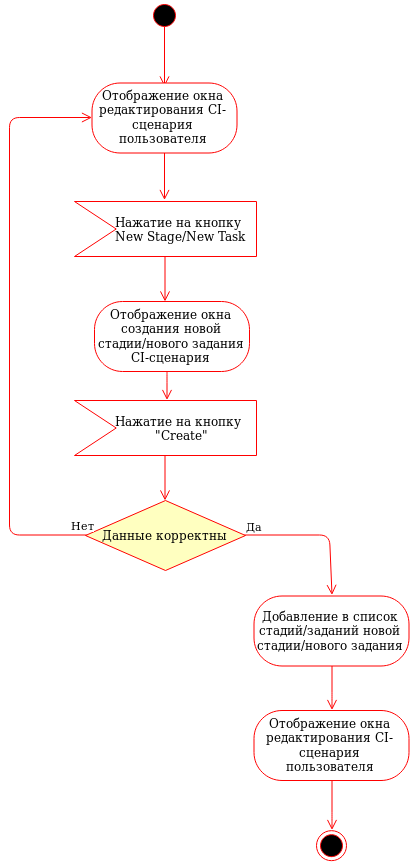
The draw.io diagram Diagrams/Activity/Create_stage_task.png in Andrew304/Visual-CI-Manager, before a commit. Source tidied: cells renumbered, new cells last; positions are measured from the earlier drawing's top-left corner, leaving out a move shared by most shapes. The source it was exported from:
```xml
<mxGraphModel>
  <root>
    <mxCell id="0" />
    <mxCell id="1" parent="0" />
    <mxCell id="2" style="ellipse;html=1;shape=endState;fillColor=#000000;strokeColor=#ff0000;" parent="1" vertex="1">
      <mxGeometry x="307" y="830.2" width="30" height="30" as="geometry" />
    </mxCell>
    <mxCell id="3" style="ellipse;html=1;shape=startState;fillColor=#000000;strokeColor=#ff0000;" parent="1" vertex="1">
      <mxGeometry x="140" width="30" height="30" as="geometry" />
    </mxCell>
    <mxCell id="4" style="edgeStyle=orthogonalEdgeStyle;html=1;verticalAlign=bottom;endArrow=open;endSize=8;strokeColor=#ff0000;" parent="1" edge="1">
      <mxGeometry relative="1" as="geometry">
        <mxPoint x="155" y="26" as="sourcePoint" />
        <mxPoint x="155" y="86" as="targetPoint" />
      </mxGeometry>
    </mxCell>
    <mxCell id="5" style="edgeStyle=orthogonalEdgeStyle;html=1;verticalAlign=bottom;endArrow=open;endSize=8;strokeColor=#ff0000;" parent="1" edge="1">
      <mxGeometry relative="1" as="geometry">
        <mxPoint x="157.5" y="370.5" as="sourcePoint" />
        <mxPoint x="158" y="400" as="targetPoint" />
        <Array as="points">
          <mxPoint x="158" y="371" />
        </Array>
      </mxGeometry>
    </mxCell>
    <mxCell id="6" style="edgeStyle=orthogonalEdgeStyle;html=1;verticalAlign=bottom;endArrow=open;endSize=8;strokeColor=#ff0000;" parent="1" edge="1">
      <mxGeometry relative="1" as="geometry">
        <mxPoint x="155.5" y="251" as="sourcePoint" />
        <mxPoint x="155.5" y="301" as="targetPoint" />
      </mxGeometry>
    </mxCell>
    <mxCell id="7" style="html=1;shadow=0;dashed=0;align=center;verticalAlign=middle;shape=mxgraph.arrows2.arrow;dy=0;dx=0;notch=41.71;fillColor=#FFFFFF;strokeColor=#FF0000;" parent="1" vertex="1">
      <mxGeometry x="65" y="201" width="182" height="55" as="geometry" />
    </mxCell>
    <mxCell id="8" value="&lt;div&gt;Нажатие на кнопку &lt;br&gt;&lt;/div&gt;&lt;div&gt;New Stage/New Task&lt;/div&gt;" style="text;html=1;align=left;verticalAlign=top;spacingTop=-4;" parent="1" vertex="1">
      <mxGeometry x="103.5" y="211.5" width="150" height="30" as="geometry" />
    </mxCell>
    <mxCell id="9" value="Отображение окна создания новой стадии/нового задания CI-сценария" style="rounded=1;whiteSpace=wrap;html=1;arcSize=40;fontColor=#000000;fillColor=#FFFFFF;strokeColor=#ff0000;" parent="1" vertex="1">
      <mxGeometry x="85" y="301" width="155" height="70" as="geometry" />
    </mxCell>
    <mxCell id="10" style="edgeStyle=orthogonalEdgeStyle;html=1;verticalAlign=bottom;endArrow=open;endSize=8;strokeColor=#ff0000;" parent="1" edge="1">
      <mxGeometry relative="1" as="geometry">
        <mxPoint x="155.6" y="152.4" as="sourcePoint" />
        <mxPoint x="155.5" y="200.5" as="targetPoint" />
        <Array as="points">
          <mxPoint x="155.5" y="200.5" />
        </Array>
      </mxGeometry>
    </mxCell>
    <mxCell id="11" value="Отображение окна редактирования CI-сценария пользователя" style="rounded=1;whiteSpace=wrap;html=1;arcSize=40;fontColor=#000000;fillColor=#FFFFFF;strokeColor=#ff0000;" parent="1" vertex="1">
      <mxGeometry x="82.5" y="82.5" width="145" height="70" as="geometry" />
    </mxCell>
    <mxCell id="12" style="edgeStyle=orthogonalEdgeStyle;html=1;verticalAlign=bottom;endArrow=open;endSize=8;strokeColor=#ff0000;" parent="1" edge="1">
      <mxGeometry relative="1" as="geometry">
        <mxPoint x="155.5" y="450" as="sourcePoint" />
        <mxPoint x="155.5" y="500" as="targetPoint" />
      </mxGeometry>
    </mxCell>
    <mxCell id="13" style="html=1;shadow=0;dashed=0;align=center;verticalAlign=middle;shape=mxgraph.arrows2.arrow;dy=0;dx=0;notch=41.71;fillColor=#FFFFFF;strokeColor=#FF0000;" parent="1" vertex="1">
      <mxGeometry x="65" y="400" width="182" height="55" as="geometry" />
    </mxCell>
    <mxCell id="14" value="&lt;div&gt;Нажатие на кнопку &lt;br&gt;&lt;/div&gt;&lt;div&gt;&amp;nbsp;&amp;nbsp;&amp;nbsp;&amp;nbsp;&amp;nbsp;&amp;nbsp;&amp;nbsp;&amp;nbsp;&amp;nbsp; &quot;Create&quot;&lt;br&gt;&lt;/div&gt;" style="text;html=1;align=left;verticalAlign=top;spacingTop=-4;" parent="1" vertex="1">
      <mxGeometry x="103.5" y="410.5" width="140" height="30" as="geometry" />
    </mxCell>
    <mxCell id="15" value="Данные корректны" style="rhombus;whiteSpace=wrap;html=1;fillColor=#ffffc0;strokeColor=#ff0000;" parent="1" vertex="1">
      <mxGeometry x="76" y="500" width="160" height="70" as="geometry" />
    </mxCell>
    <mxCell id="16" value="Да" style="edgeStyle=orthogonalEdgeStyle;html=1;align=left;verticalAlign=bottom;endArrow=open;endSize=8;strokeColor=#ff0000;entryX=0.5;entryY=0;entryDx=0;entryDy=0;" parent="1" edge="1" source="15" target="19">
      <mxGeometry x="-1" relative="1" as="geometry">
        <Array as="points">
          <mxPoint x="321" y="535" />
        </Array>
      </mxGeometry>
    </mxCell>
    <mxCell id="17" value="Нет" style="edgeStyle=orthogonalEdgeStyle;html=1;align=left;verticalAlign=top;endArrow=open;endSize=8;strokeColor=#ff0000;entryX=0;entryY=0.5;entryDx=0;entryDy=0;" parent="1" edge="1" source="15" target="11">
      <mxGeometry x="-0.65" y="-60" relative="1" as="geometry">
        <Array as="points">
          <mxPoint y="535" />
          <mxPoint y="118" />
        </Array>
      </mxGeometry>
    </mxCell>
    <mxCell id="18" style="edgeStyle=orthogonalEdgeStyle;html=1;verticalAlign=bottom;endArrow=open;endSize=8;strokeColor=#ff0000;exitX=0.5;exitY=1;exitDx=0;exitDy=0;" parent="1" edge="1" source="19">
      <mxGeometry relative="1" as="geometry">
        <mxPoint x="322" y="710" as="targetPoint" />
        <Array as="points">
          <mxPoint x="322" y="700" />
        </Array>
      </mxGeometry>
    </mxCell>
    <mxCell id="19" value="Добавление в список стадий/заданий новой стадии/нового задания" style="rounded=1;whiteSpace=wrap;html=1;arcSize=40;fontColor=#000000;fillColor=#FFFFFF;strokeColor=#ff0000;" parent="1" vertex="1">
      <mxGeometry x="244.5" y="595.5" width="155" height="70" as="geometry" />
    </mxCell>
    <mxCell id="20" style="edgeStyle=orthogonalEdgeStyle;html=1;verticalAlign=bottom;endArrow=open;endSize=8;strokeColor=#ff0000;" parent="1" edge="1">
      <mxGeometry relative="1" as="geometry">
        <mxPoint x="322" y="780" as="sourcePoint" />
        <mxPoint x="322" y="830" as="targetPoint" />
        <Array as="points">
          <mxPoint x="322" y="820" />
        </Array>
      </mxGeometry>
    </mxCell>
    <mxCell id="21" value="Отображение окна редактирования CI-сценария пользователя" style="rounded=1;whiteSpace=wrap;html=1;arcSize=40;fontColor=#000000;fillColor=#FFFFFF;strokeColor=#ff0000;" parent="1" vertex="1">
      <mxGeometry x="244.5" y="710" width="155" height="70" as="geometry" />
    </mxCell>
  </root>
</mxGraphModel>
```
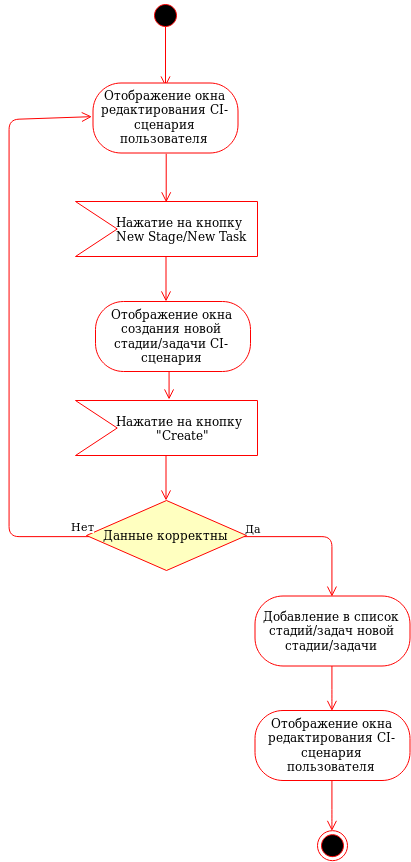
Above is the later version.

Change to the diagram source:
```diff
@@ -8,54 +8,54 @@
     <mxCell id="3" style="ellipse;html=1;shape=startState;fillColor=#000000;strokeColor=#ff0000;" parent="1" vertex="1">
       <mxGeometry x="140" width="30" height="30" as="geometry" />
     </mxCell>
-    <mxCell id="4" style="edgeStyle=orthogonalEdgeStyle;html=1;verticalAlign=bottom;endArrow=open;endSize=8;strokeColor=#ff0000;" parent="1" edge="1">
-      <mxGeometry relative="1" as="geometry">
-        <mxPoint x="155" y="26" as="sourcePoint" />
-        <mxPoint x="155" y="86" as="targetPoint" />
-      </mxGeometry>
-    </mxCell>
-    <mxCell id="5" style="edgeStyle=orthogonalEdgeStyle;html=1;verticalAlign=bottom;endArrow=open;endSize=8;strokeColor=#ff0000;" parent="1" edge="1">
-      <mxGeometry relative="1" as="geometry">
-        <mxPoint x="157.5" y="370.5" as="sourcePoint" />
-        <mxPoint x="158" y="400" as="targetPoint" />
-        <Array as="points">
-          <mxPoint x="158" y="371" />
-        </Array>
-      </mxGeometry>
-    </mxCell>
-    <mxCell id="6" style="edgeStyle=orthogonalEdgeStyle;html=1;verticalAlign=bottom;endArrow=open;endSize=8;strokeColor=#ff0000;" parent="1" edge="1">
-      <mxGeometry relative="1" as="geometry">
-        <mxPoint x="155.5" y="251" as="sourcePoint" />
-        <mxPoint x="155.5" y="301" as="targetPoint" />
-      </mxGeometry>
-    </mxCell>
+    <mxCell id="22" style="edgeStyle=orthogonalEdgeStyle;html=1;verticalAlign=bottom;endArrow=open;endSize=8;strokeColor=#ff0000;" parent="1" edge="1">
+      <mxGeometry relative="1" as="geometry">
+        <mxPoint x="155" y="26" as="sourcePoint" />
+        <mxPoint x="155" y="86" as="targetPoint" />
+      </mxGeometry>
+    </mxCell>
+    <mxCell id="23" style="edgeStyle=orthogonalEdgeStyle;html=1;verticalAlign=bottom;endArrow=open;endSize=8;strokeColor=#ff0000;" parent="1" edge="1">
+      <mxGeometry relative="1" as="geometry">
+        <mxPoint x="158.6" y="370.4" as="sourcePoint" />
+        <mxPoint x="158.6" y="399" as="targetPoint" />
+        <Array as="points">
+          <mxPoint x="158" y="371" />
+        </Array>
+      </mxGeometry>
+    </mxCell>
+    <mxCell id="24" style="edgeStyle=orthogonalEdgeStyle;html=1;verticalAlign=bottom;endArrow=open;endSize=8;strokeColor=#ff0000;" parent="1" edge="1">
+      <mxGeometry relative="1" as="geometry">
+        <mxPoint x="155.5" y="251" as="sourcePoint" />
+        <mxPoint x="155.5" y="301" as="targetPoint" />
+      </mxGeometry>
+    </mxCell>
     <mxCell id="7" style="html=1;shadow=0;dashed=0;align=center;verticalAlign=middle;shape=mxgraph.arrows2.arrow;dy=0;dx=0;notch=41.71;fillColor=#FFFFFF;strokeColor=#FF0000;" parent="1" vertex="1">
       <mxGeometry x="65" y="201" width="182" height="55" as="geometry" />
     </mxCell>
     <mxCell id="8" value="&lt;div&gt;Нажатие на кнопку &lt;br&gt;&lt;/div&gt;&lt;div&gt;New Stage/New Task&lt;/div&gt;" style="text;html=1;align=left;verticalAlign=top;spacingTop=-4;" parent="1" vertex="1">
       <mxGeometry x="103.5" y="211.5" width="150" height="30" as="geometry" />
     </mxCell>
-    <mxCell id="9" value="Отображение окна создания новой стадии/нового задания CI-сценария" style="rounded=1;whiteSpace=wrap;html=1;arcSize=40;fontColor=#000000;fillColor=#FFFFFF;strokeColor=#ff0000;" parent="1" vertex="1">
-      <mxGeometry x="85" y="301" width="155" height="70" as="geometry" />
-    </mxCell>
-    <mxCell id="10" style="edgeStyle=orthogonalEdgeStyle;html=1;verticalAlign=bottom;endArrow=open;endSize=8;strokeColor=#ff0000;" parent="1" edge="1">
-      <mxGeometry relative="1" as="geometry">
-        <mxPoint x="155.6" y="152.4" as="sourcePoint" />
-        <mxPoint x="155.5" y="200.5" as="targetPoint" />
-        <Array as="points">
-          <mxPoint x="155.5" y="200.5" />
-        </Array>
-      </mxGeometry>
-    </mxCell>
+    <mxCell id="25" value="Отображение окна создания новой стадии/задачи CI-сценария" style="rounded=1;whiteSpace=wrap;html=1;arcSize=40;fontColor=#000000;fillColor=#FFFFFF;strokeColor=#ff0000;" parent="1" vertex="1">
+      <mxGeometry x="85" y="301" width="155" height="70" as="geometry" />
+    </mxCell>
+    <mxCell id="26" style="edgeStyle=orthogonalEdgeStyle;html=1;verticalAlign=bottom;endArrow=open;endSize=8;strokeColor=#ff0000;" parent="1" edge="1">
+      <mxGeometry relative="1" as="geometry">
+        <mxPoint x="155.7" y="153.3" as="sourcePoint" />
+        <mxPoint x="155.7" y="201.9" as="targetPoint" />
+        <Array as="points">
+          <mxPoint x="155.5" y="200.5" />
+        </Array>
+      </mxGeometry>
+    </mxCell>
     <mxCell id="11" value="Отображение окна редактирования CI-сценария пользователя" style="rounded=1;whiteSpace=wrap;html=1;arcSize=40;fontColor=#000000;fillColor=#FFFFFF;strokeColor=#ff0000;" parent="1" vertex="1">
       <mxGeometry x="82.5" y="82.5" width="145" height="70" as="geometry" />
     </mxCell>
-    <mxCell id="12" style="edgeStyle=orthogonalEdgeStyle;html=1;verticalAlign=bottom;endArrow=open;endSize=8;strokeColor=#ff0000;" parent="1" edge="1">
-      <mxGeometry relative="1" as="geometry">
-        <mxPoint x="155.5" y="450" as="sourcePoint" />
-        <mxPoint x="155.5" y="500" as="targetPoint" />
-      </mxGeometry>
-    </mxCell>
+    <mxCell id="27" style="edgeStyle=orthogonalEdgeStyle;html=1;verticalAlign=bottom;endArrow=open;endSize=8;strokeColor=#ff0000;" parent="1" edge="1">
+      <mxGeometry relative="1" as="geometry">
+        <mxPoint x="155.5" y="450" as="sourcePoint" />
+        <mxPoint x="155.5" y="500" as="targetPoint" />
+      </mxGeometry>
+    </mxCell>
     <mxCell id="13" style="html=1;shadow=0;dashed=0;align=center;verticalAlign=middle;shape=mxgraph.arrows2.arrow;dy=0;dx=0;notch=41.71;fillColor=#FFFFFF;strokeColor=#FF0000;" parent="1" vertex="1">
       <mxGeometry x="65" y="400" width="182" height="55" as="geometry" />
     </mxCell>
@@ -65,7 +65,7 @@
     <mxCell id="15" value="Данные корректны" style="rhombus;whiteSpace=wrap;html=1;fillColor=#ffffc0;strokeColor=#ff0000;" parent="1" vertex="1">
       <mxGeometry x="76" y="500" width="160" height="70" as="geometry" />
     </mxCell>
-    <mxCell id="16" value="Да" style="edgeStyle=orthogonalEdgeStyle;html=1;align=left;verticalAlign=bottom;endArrow=open;endSize=8;strokeColor=#ff0000;entryX=0.5;entryY=0;entryDx=0;entryDy=0;" parent="1" edge="1" source="15" target="19">
+    <mxCell id="16" value="Да" style="edgeStyle=orthogonalEdgeStyle;html=1;align=left;verticalAlign=bottom;endArrow=open;endSize=8;strokeColor=#ff0000;entryX=0.5;entryY=0;entryDx=0;entryDy=0;" parent="1" edge="1" source="15" target="29">
       <mxGeometry x="-1" relative="1" as="geometry">
         <Array as="points">
           <mxPoint x="321" y="535" />
@@ -80,26 +80,26 @@
         </Array>
       </mxGeometry>
     </mxCell>
-    <mxCell id="18" style="edgeStyle=orthogonalEdgeStyle;html=1;verticalAlign=bottom;endArrow=open;endSize=8;strokeColor=#ff0000;exitX=0.5;exitY=1;exitDx=0;exitDy=0;" parent="1" edge="1" source="19">
-      <mxGeometry relative="1" as="geometry">
-        <mxPoint x="322" y="710" as="targetPoint" />
-        <Array as="points">
-          <mxPoint x="322" y="700" />
-        </Array>
-      </mxGeometry>
-    </mxCell>
-    <mxCell id="19" value="Добавление в список стадий/заданий новой стадии/нового задания" style="rounded=1;whiteSpace=wrap;html=1;arcSize=40;fontColor=#000000;fillColor=#FFFFFF;strokeColor=#ff0000;" parent="1" vertex="1">
-      <mxGeometry x="244.5" y="595.5" width="155" height="70" as="geometry" />
-    </mxCell>
-    <mxCell id="20" style="edgeStyle=orthogonalEdgeStyle;html=1;verticalAlign=bottom;endArrow=open;endSize=8;strokeColor=#ff0000;" parent="1" edge="1">
-      <mxGeometry relative="1" as="geometry">
-        <mxPoint x="322" y="780" as="sourcePoint" />
-        <mxPoint x="322" y="830" as="targetPoint" />
-        <Array as="points">
-          <mxPoint x="322" y="820" />
-        </Array>
-      </mxGeometry>
-    </mxCell>
+    <mxCell id="28" style="edgeStyle=orthogonalEdgeStyle;html=1;verticalAlign=bottom;endArrow=open;endSize=8;strokeColor=#ff0000;exitX=0.5;exitY=1;exitDx=0;exitDy=0;" parent="1" edge="1" source="29">
+      <mxGeometry relative="1" as="geometry">
+        <mxPoint x="321.4" y="710.4" as="targetPoint" />
+        <Array as="points">
+          <mxPoint x="322" y="700" />
+        </Array>
+      </mxGeometry>
+    </mxCell>
+    <mxCell id="29" value="Добавление в список стадий/задач новой стадии/задачи" style="rounded=1;whiteSpace=wrap;html=1;arcSize=40;fontColor=#000000;fillColor=#FFFFFF;strokeColor=#ff0000;" parent="1" vertex="1">
+      <mxGeometry x="244.5" y="595.5" width="155" height="70" as="geometry" />
+    </mxCell>
+    <mxCell id="30" style="edgeStyle=orthogonalEdgeStyle;html=1;verticalAlign=bottom;endArrow=open;endSize=8;strokeColor=#ff0000;" parent="1" edge="1">
+      <mxGeometry relative="1" as="geometry">
+        <mxPoint x="321.4" y="779" as="sourcePoint" />
+        <mxPoint x="321.4" y="830.4" as="targetPoint" />
+        <Array as="points">
+          <mxPoint x="322" y="820" />
+        </Array>
+      </mxGeometry>
+    </mxCell>
     <mxCell id="21" value="Отображение окна редактирования CI-сценария пользователя" style="rounded=1;whiteSpace=wrap;html=1;arcSize=40;fontColor=#000000;fillColor=#FFFFFF;strokeColor=#ff0000;" parent="1" vertex="1">
       <mxGeometry x="244.5" y="710" width="155" height="70" as="geometry" />
     </mxCell>
```
